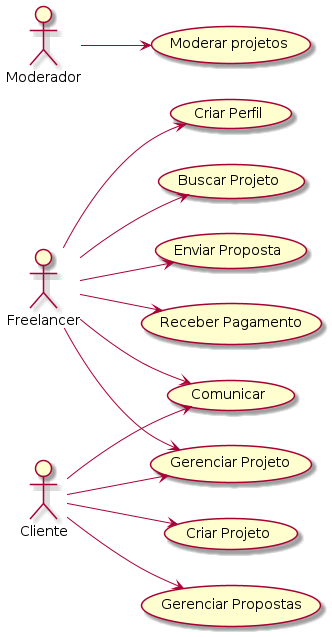
Earlier version of the PlantUML export out/docs/casos_de_uso/Casos de Uso.png (LucasNeiva/Eng-Software-II). Its diagram source:
```plantuml
@startuml Casos de Uso

left to right direction

actor "Freelancer" as F
actor "Cliente" as E
actor "Moderador" as A

F --> (Criar Perfil)
F --> (Buscar Projeto)
E --> (Criar Projeto)
F --> (Enviar Proposta)
E --> (Gerenciar Propostas)
F --> (Comunicar)
E --> (Comunicar)
F --> (Gerenciar Projeto)
E --> (Gerenciar Projeto)
F --> (Receber Pagamento)
A --> (Moderar projetos)

@enduml
```
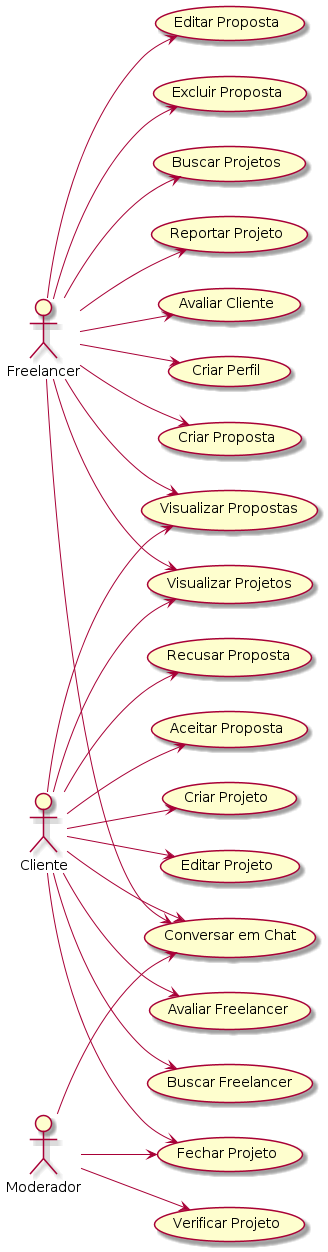
After the change.

Commit message:
update casos de uso

The edit, as a diff of the source:
```diff
@@ -6,16 +6,39 @@
 actor "Cliente" as E
 actor "Moderador" as A
 
+F --> (Conversar em Chat)
+
 F --> (Criar Perfil)
-F --> (Buscar Projeto)
+
+F --> (Criar Proposta)
+F --> (Visualizar Propostas)
+F --> (Editar Proposta)
+F --> (Excluir Proposta)
+
+F --> (Visualizar Projetos)
+F --> (Buscar Projetos)
+F --> (Reportar Projeto)
+
+F --> (Avaliar Cliente)
+
+
+E --> (Conversar em Chat)
+
+E --> (Avaliar Freelancer)
+E --> (Buscar Freelancer)
+
+E --> (Recusar Proposta)
+E --> (Aceitar Proposta)
+E --> (Visualizar Propostas)
+
 E --> (Criar Projeto)
-F --> (Enviar Proposta)
-E --> (Gerenciar Propostas)
-F --> (Comunicar)
-E --> (Comunicar)
-F --> (Gerenciar Projeto)
-E --> (Gerenciar Projeto)
-F --> (Receber Pagamento)
-A --> (Moderar projetos)
+E --> (Editar Projeto)
+E --> (Fechar Projeto)
+E --> (Visualizar Projetos)
+
+
+A --> (Verificar Projeto)
+A --> (Fechar Projeto)
+A --> (Conversar em Chat)
 
 @enduml
```
